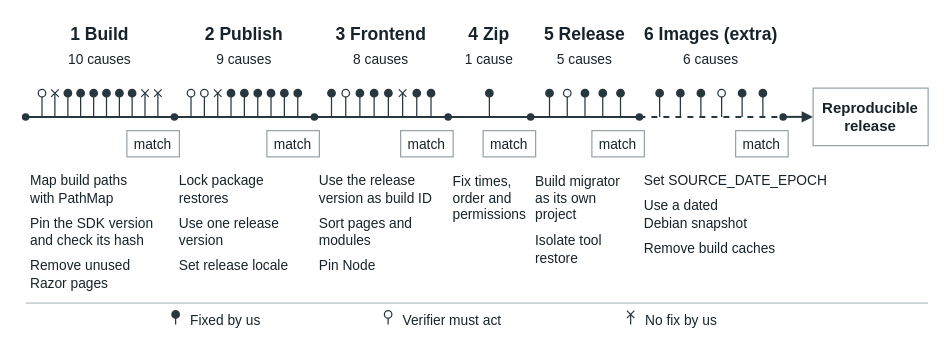
leosakharoff/dotnet-rebuild-experiments keeps this draw.io diagram as 1-ws-pems/figures/rq1-journey.drawio. Above is the earlier version. Source tidied: cells renumbered, new cells numbered last; positions are measured from the earlier drawing's top-left corner, leaving out a move shared by most shapes. Both pictures are drawn from the tidied source at 125%, with x=0, y=0 at pixel (22, 21).
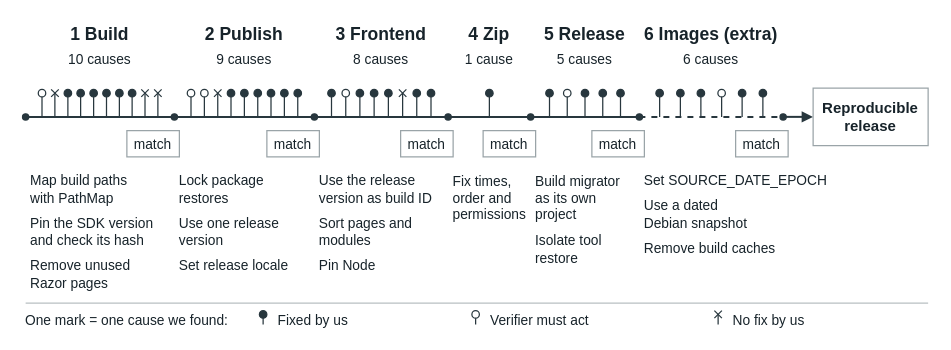
Above is the later version.

Commit message (it also covers changes not shown here):
Journey figure: 'one mark = one cause we found' in the legend

Diff of the diagram source:
```diff
@@
     <mxCell id="134" style="html=1;edgeStyle=none;rounded=0;strokeColor=#28373e;strokeWidth=1;endArrow=none;endFill=1;endSize=5;" parent="1" edge="1">
       <mxGeometry relative="1" as="geometry">
-        <mxPoint x="122" y="242" as="sourcePoint" />
-        <mxPoint x="122" y="234" as="targetPoint" />
+        <mxPoint x="192" y="242" as="sourcePoint" />
+        <mxPoint x="192" y="234" as="targetPoint" />
       </mxGeometry>
     </mxCell>
     <mxCell id="135" style="shape=ellipse;strokeColor=#28373e;fillColor=#28373e;strokeWidth=1;" parent="1" vertex="1">
-      <mxGeometry x="119" y="231" width="6" height="6" as="geometry" />
+      <mxGeometry x="189" y="231" width="6" height="6" as="geometry" />
     </mxCell>
+    <mxCell id="144" value="One mark = one cause we found:" style="html=1;whiteSpace=nowrap;align=left;verticalAlign=middle;fontFamily=Helvetica;fontColor=#17232a;fontSize=11;fillColor=none;strokeColor=none;spacing=0;" parent="1" vertex="1">
+      <mxGeometry x="2" y="231" width="180" height="15" as="geometry" />
+    </mxCell>
     <mxCell id="136" value="Fixed by us" style="html=1;whiteSpace=wrap;align=left;verticalAlign=middle;fontFamily=Helvetica;fontColor=#17232a;fontSize=11;fillColor=none;strokeColor=none;spacing=0;" parent="1" vertex="1">
-      <mxGeometry x="134" y="231" width="140" height="15" as="geometry" />
+      <mxGeometry x="204" y="231" width="140" height="15" as="geometry" />
     </mxCell>
     <mxCell id="137" style="html=1;edgeStyle=none;rounded=0;strokeColor=#28373e;strokeWidth=1;endArrow=none;endFill=1;endSize=5;" parent="1" edge="1">
       <mxGeometry relative="1" as="geometry">
-        <mxPoint x="292" y="242" as="sourcePoint" />
-        <mxPoint x="292" y="234" as="targetPoint" />
+        <mxPoint x="362" y="242" as="sourcePoint" />
+        <mxPoint x="362" y="234" as="targetPoint" />
       </mxGeometry>
     </mxCell>
     <mxCell id="138" style="shape=ellipse;strokeColor=#28373e;fillColor=#ffffff;strokeWidth=1;" parent="1" vertex="1">
-      <mxGeometry x="289" y="231" width="6" height="6" as="geometry" />
+      <mxGeometry x="359" y="231" width="6" height="6" as="geometry" />
     </mxCell>
     <mxCell id="139" value="Verifier must act" style="html=1;whiteSpace=wrap;align=left;verticalAlign=middle;fontFamily=Helvetica;fontColor=#17232a;fontSize=11;fillColor=none;strokeColor=none;spacing=0;" parent="1" vertex="1">
-      <mxGeometry x="304" y="231" width="140" height="15" as="geometry" />
+      <mxGeometry x="374" y="231" width="140" height="15" as="geometry" />
     </mxCell>
     <mxCell id="140" style="html=1;edgeStyle=none;rounded=0;strokeColor=#28373e;strokeWidth=1;endArrow=none;endFill=1;endSize=5;" parent="1" edge="1">
       <mxGeometry relative="1" as="geometry">
-        <mxPoint x="486" y="242" as="sourcePoint" />
-        <mxPoint x="486" y="234" as="targetPoint" />
+        <mxPoint x="556" y="242" as="sourcePoint" />
+        <mxPoint x="556" y="234" as="targetPoint" />
       </mxGeometry>
     </mxCell>
     <mxCell id="141" style="html=1;edgeStyle=none;rounded=0;strokeColor=#28373e;strokeWidth=1;endArrow=none;endFill=1;endSize=5;" parent="1" edge="1">
       <mxGeometry relative="1" as="geometry">
-        <mxPoint x="483" y="231" as="sourcePoint" />
-        <mxPoint x="489" y="237" as="targetPoint" />
+        <mxPoint x="553" y="231" as="sourcePoint" />
+        <mxPoint x="559" y="237" as="targetPoint" />
       </mxGeometry>
     </mxCell>
     <mxCell id="142" style="html=1;edgeStyle=none;rounded=0;strokeColor=#28373e;strokeWidth=1;endArrow=none;endFill=1;endSize=5;" parent="1" edge="1">
       <mxGeometry relative="1" as="geometry">
-        <mxPoint x="483" y="237" as="sourcePoint" />
-        <mxPoint x="489" y="231" as="targetPoint" />
+        <mxPoint x="553" y="237" as="sourcePoint" />
+        <mxPoint x="559" y="231" as="targetPoint" />
       </mxGeometry>
     </mxCell>
     <mxCell id="143" value="No fix by us" style="html=1;whiteSpace=wrap;align=left;verticalAlign=middle;fontFamily=Helvetica;fontColor=#17232a;fontSize=11;fillColor=none;strokeColor=none;spacing=0;" parent="1" vertex="1">
-      <mxGeometry x="498" y="231" width="140" height="15" as="geometry" />
+      <mxGeometry x="568" y="231" width="140" height="15" as="geometry" />
     </mxCell>
```
